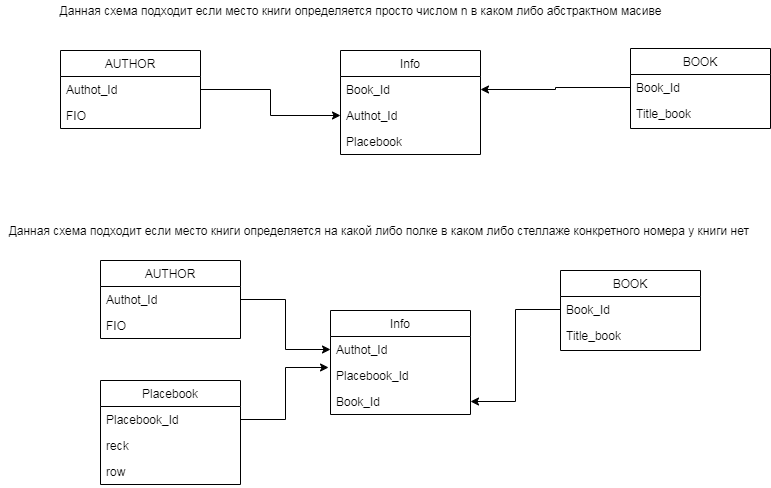
Above: bd.png in GilmanovSB/TestTask (draw.io), before the change. Source tidied: cells renumbered, new cells last; positions are measured from the earlier drawing's top-left corner, leaving out a move shared by most shapes. Its diagram source:
```xml
<mxGraphModel>
  <root>
    <mxCell id="0" />
    <mxCell id="1" parent="0" />
    <mxCell id="2" value="BOOK" style="swimlane;fontStyle=0;horizontal=1;startSize=26;fillColor=none;" parent="1" vertex="1">
      <mxGeometry x="630" y="48" width="140" height="80" as="geometry" />
    </mxCell>
    <mxCell id="3" value="Book_Id" style="text;strokeColor=none;fillColor=none;align=left;verticalAlign=top;spacingLeft=4;spacingRight=4;overflow=hidden;points=[[0,0.5],[1,0.5]];portConstraint=eastwest;" parent="2" vertex="1">
      <mxGeometry y="26" width="140" height="26" as="geometry" />
    </mxCell>
    <mxCell id="4" value="Title_book" style="text;strokeColor=none;fillColor=none;align=left;verticalAlign=top;spacingLeft=4;spacingRight=4;overflow=hidden;" parent="2" vertex="1">
      <mxGeometry y="52" width="140" height="28" as="geometry" />
    </mxCell>
    <mxCell id="5" value="AUTHOR" style="swimlane;fontStyle=0;horizontal=1;startSize=26;fillColor=none;" parent="1" vertex="1">
      <mxGeometry x="60" y="50" width="140" height="78" as="geometry" />
    </mxCell>
    <mxCell id="6" value="Authot_Id" style="text;strokeColor=none;fillColor=none;align=left;verticalAlign=top;spacingLeft=4;spacingRight=4;overflow=hidden;points=[[0,0.5],[1,0.5]];portConstraint=eastwest;" parent="5" vertex="1">
      <mxGeometry y="26" width="140" height="26" as="geometry" />
    </mxCell>
    <mxCell id="7" value="FIO" style="text;strokeColor=none;fillColor=none;align=left;verticalAlign=top;spacingLeft=4;spacingRight=4;overflow=hidden;" parent="5" vertex="1">
      <mxGeometry y="52" width="140" height="26" as="geometry" />
    </mxCell>
    <mxCell id="8" value="Данная схема подходит если место книги определяется просто числом n в каком либо абстрактном масиве" style="text;html=1;align=center;verticalAlign=middle;strokeColor=none;" parent="1" vertex="1">
      <mxGeometry x="50" width="620" height="20" as="geometry" />
    </mxCell>
    <mxCell id="9" value="BOOK" style="swimlane;fontStyle=0;horizontal=1;startSize=26;fillColor=none;" parent="1" vertex="1">
      <mxGeometry x="560" y="270" width="140" height="80" as="geometry" />
    </mxCell>
    <mxCell id="10" value="Book_Id" style="text;strokeColor=none;fillColor=none;align=left;verticalAlign=top;spacingLeft=4;spacingRight=4;overflow=hidden;points=[[0,0.5],[1,0.5]];portConstraint=eastwest;" parent="9" vertex="1">
      <mxGeometry y="26" width="140" height="26" as="geometry" />
    </mxCell>
    <mxCell id="11" value="Title_book" style="text;strokeColor=none;fillColor=none;align=left;verticalAlign=top;spacingLeft=4;spacingRight=4;overflow=hidden;" parent="9" vertex="1">
      <mxGeometry y="52" width="140" height="28" as="geometry" />
    </mxCell>
    <mxCell id="12" value="AUTHOR" style="swimlane;fontStyle=0;horizontal=1;startSize=26;fillColor=none;" parent="1" vertex="1">
      <mxGeometry x="100" y="260" width="140" height="78" as="geometry" />
    </mxCell>
    <mxCell id="13" value="Authot_Id" style="text;strokeColor=none;fillColor=none;align=left;verticalAlign=top;spacingLeft=4;spacingRight=4;overflow=hidden;points=[[0,0.5],[1,0.5]];portConstraint=eastwest;" parent="12" vertex="1">
      <mxGeometry y="26" width="140" height="26" as="geometry" />
    </mxCell>
    <mxCell id="14" value="FIO" style="text;strokeColor=none;fillColor=none;align=left;verticalAlign=top;spacingLeft=4;spacingRight=4;overflow=hidden;" parent="12" vertex="1">
      <mxGeometry y="52" width="140" height="26" as="geometry" />
    </mxCell>
    <mxCell id="15" value="Placebook" style="swimlane;fontStyle=0;horizontal=1;startSize=26;fillColor=none;" parent="1" vertex="1">
      <mxGeometry x="100" y="380" width="140" height="104" as="geometry" />
    </mxCell>
    <mxCell id="16" value="Placebook_Id" style="text;strokeColor=none;fillColor=none;align=left;verticalAlign=top;spacingLeft=4;spacingRight=4;overflow=hidden;points=[[0,0.5],[1,0.5]];portConstraint=eastwest;" parent="15" vertex="1">
      <mxGeometry y="26" width="140" height="26" as="geometry" />
    </mxCell>
    <mxCell id="17" value="reck" style="text;strokeColor=none;fillColor=none;align=left;verticalAlign=top;spacingLeft=4;spacingRight=4;overflow=hidden;" parent="15" vertex="1">
      <mxGeometry y="52" width="140" height="26" as="geometry" />
    </mxCell>
    <mxCell id="18" value="row" style="text;strokeColor=none;fillColor=none;align=left;verticalAlign=top;spacingLeft=4;spacingRight=4;overflow=hidden;" parent="15" vertex="1">
      <mxGeometry y="78" width="140" height="26" as="geometry" />
    </mxCell>
    <mxCell id="19" value="Данная схема подходит если место книги определяется на какой либо полке в каком либо стеллаже конкретного номера у книги нет&amp;nbsp;" style="text;html=1;align=center;verticalAlign=middle;strokeColor=none;" parent="1" vertex="1">
      <mxGeometry y="220" width="760" height="20" as="geometry" />
    </mxCell>
    <mxCell id="20" value="Info" style="swimlane;fontStyle=0;horizontal=1;startSize=26;fillColor=none;" parent="1" vertex="1">
      <mxGeometry x="340" y="50" width="140" height="104" as="geometry" />
    </mxCell>
    <mxCell id="21" value="Book_Id" style="text;strokeColor=none;fillColor=none;align=left;verticalAlign=top;spacingLeft=4;spacingRight=4;overflow=hidden;points=[[0,0.5],[1,0.5]];portConstraint=eastwest;" parent="20" vertex="1">
      <mxGeometry y="26" width="140" height="26" as="geometry" />
    </mxCell>
    <mxCell id="22" value="Authot_Id" style="text;strokeColor=none;fillColor=none;align=left;verticalAlign=top;spacingLeft=4;spacingRight=4;overflow=hidden;points=[[0,0.5],[1,0.5]];portConstraint=eastwest;" parent="20" vertex="1">
      <mxGeometry y="52" width="140" height="26" as="geometry" />
    </mxCell>
    <mxCell id="23" value="Placebook" style="text;strokeColor=none;fillColor=none;align=left;verticalAlign=top;spacingLeft=4;spacingRight=4;overflow=hidden;" parent="20" vertex="1">
      <mxGeometry y="78" width="140" height="26" as="geometry" />
    </mxCell>
    <mxCell id="24" value="Info" style="swimlane;fontStyle=0;horizontal=1;startSize=26;fillColor=none;" parent="1" vertex="1">
      <mxGeometry x="330" y="310" width="140" height="104" as="geometry" />
    </mxCell>
    <mxCell id="25" value="Authot_Id" style="text;strokeColor=none;fillColor=none;align=left;verticalAlign=top;spacingLeft=4;spacingRight=4;overflow=hidden;points=[[0,0.5],[1,0.5]];portConstraint=eastwest;" parent="24" vertex="1">
      <mxGeometry y="26" width="140" height="26" as="geometry" />
    </mxCell>
    <mxCell id="26" value="Placebook_Id" style="text;strokeColor=none;fillColor=none;align=left;verticalAlign=top;spacingLeft=4;spacingRight=4;overflow=hidden;points=[[0,0.5],[1,0.5]];portConstraint=eastwest;" parent="24" vertex="1">
      <mxGeometry y="52" width="140" height="26" as="geometry" />
    </mxCell>
    <mxCell id="27" value="Book_Id" style="text;strokeColor=none;fillColor=none;align=left;verticalAlign=top;spacingLeft=4;spacingRight=4;overflow=hidden;points=[[0,0.5],[1,0.5]];portConstraint=eastwest;" parent="24" vertex="1">
      <mxGeometry y="78" width="140" height="26" as="geometry" />
    </mxCell>
    <mxCell id="28" style="edgeStyle=orthogonalEdgeStyle;rounded=0;jettySize=auto;html=1;entryX=0;entryY=0.5;entryDx=0;entryDy=0;" parent="1" edge="1" source="6" target="22">
      <mxGeometry relative="1" as="geometry" />
    </mxCell>
    <mxCell id="29" style="edgeStyle=orthogonalEdgeStyle;rounded=0;jettySize=auto;html=1;entryX=1;entryY=0.5;entryDx=0;entryDy=0;" parent="1" edge="1" source="3" target="21">
      <mxGeometry relative="1" as="geometry" />
    </mxCell>
    <mxCell id="30" style="edgeStyle=orthogonalEdgeStyle;rounded=0;jettySize=auto;html=1;" parent="1" edge="1" source="13" target="25">
      <mxGeometry relative="1" as="geometry" />
    </mxCell>
    <mxCell id="31" style="edgeStyle=orthogonalEdgeStyle;rounded=0;jettySize=auto;html=1;entryX=1;entryY=0.5;entryDx=0;entryDy=0;" parent="1" edge="1" source="10" target="27">
      <mxGeometry relative="1" as="geometry" />
    </mxCell>
    <mxCell id="32" style="edgeStyle=orthogonalEdgeStyle;rounded=0;jettySize=auto;html=1;entryX=-0.014;entryY=0.192;entryDx=0;entryDy=0;entryPerimeter=0;" parent="1" edge="1" source="16" target="26">
      <mxGeometry relative="1" as="geometry" />
    </mxCell>
  </root>
</mxGraphModel>
```
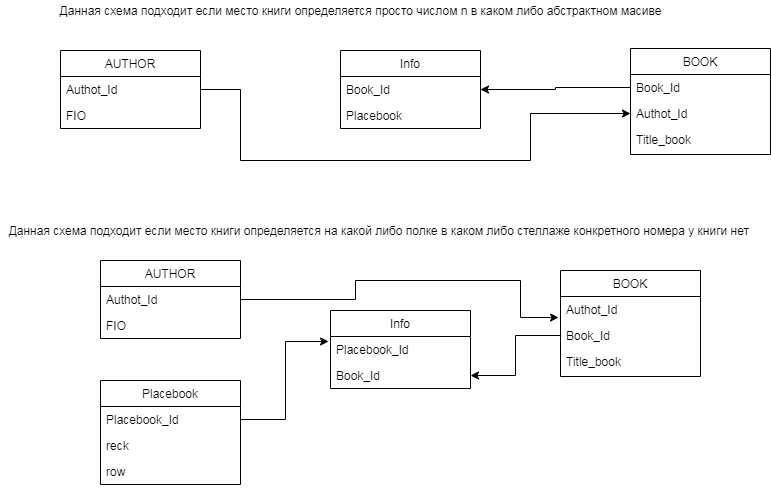
After the change.

Change to the diagram source:
```diff
@@ -3,13 +3,16 @@
     <mxCell id="0" />
     <mxCell id="1" parent="0" />
     <mxCell id="2" value="BOOK" style="swimlane;fontStyle=0;horizontal=1;startSize=26;fillColor=none;" parent="1" vertex="1">
-      <mxGeometry x="630" y="48" width="140" height="80" as="geometry" />
+      <mxGeometry x="630" y="48" width="140" height="106" as="geometry" />
     </mxCell>
     <mxCell id="3" value="Book_Id" style="text;strokeColor=none;fillColor=none;align=left;verticalAlign=top;spacingLeft=4;spacingRight=4;overflow=hidden;points=[[0,0.5],[1,0.5]];portConstraint=eastwest;" parent="2" vertex="1">
       <mxGeometry y="26" width="140" height="26" as="geometry" />
     </mxCell>
+    <mxCell id="22" value="Authot_Id" style="text;strokeColor=none;fillColor=none;align=left;verticalAlign=top;spacingLeft=4;spacingRight=4;overflow=hidden;points=[[0,0.5],[1,0.5]];portConstraint=eastwest;" parent="2" vertex="1">
+      <mxGeometry y="52" width="140" height="26" as="geometry" />
+    </mxCell>
     <mxCell id="4" value="Title_book" style="text;strokeColor=none;fillColor=none;align=left;verticalAlign=top;spacingLeft=4;spacingRight=4;overflow=hidden;" parent="2" vertex="1">
-      <mxGeometry y="52" width="140" height="28" as="geometry" />
+      <mxGeometry y="78" width="140" height="28" as="geometry" />
     </mxCell>
     <mxCell id="5" value="AUTHOR" style="swimlane;fontStyle=0;horizontal=1;startSize=26;fillColor=none;" parent="1" vertex="1">
       <mxGeometry x="60" y="50" width="140" height="78" as="geometry" />
@@ -24,13 +27,16 @@
       <mxGeometry x="50" width="620" height="20" as="geometry" />
     </mxCell>
     <mxCell id="9" value="BOOK" style="swimlane;fontStyle=0;horizontal=1;startSize=26;fillColor=none;" parent="1" vertex="1">
-      <mxGeometry x="560" y="270" width="140" height="80" as="geometry" />
+      <mxGeometry x="560" y="270" width="140" height="106" as="geometry" />
     </mxCell>
+    <mxCell id="25" value="Authot_Id" style="text;strokeColor=none;fillColor=none;align=left;verticalAlign=top;spacingLeft=4;spacingRight=4;overflow=hidden;points=[[0,0.5],[1,0.5]];portConstraint=eastwest;" parent="9" vertex="1">
+      <mxGeometry y="26" width="140" height="26" as="geometry" />
+    </mxCell>
     <mxCell id="10" value="Book_Id" style="text;strokeColor=none;fillColor=none;align=left;verticalAlign=top;spacingLeft=4;spacingRight=4;overflow=hidden;points=[[0,0.5],[1,0.5]];portConstraint=eastwest;" parent="9" vertex="1">
-      <mxGeometry y="26" width="140" height="26" as="geometry" />
+      <mxGeometry y="52" width="140" height="26" as="geometry" />
     </mxCell>
     <mxCell id="11" value="Title_book" style="text;strokeColor=none;fillColor=none;align=left;verticalAlign=top;spacingLeft=4;spacingRight=4;overflow=hidden;" parent="9" vertex="1">
-      <mxGeometry y="52" width="140" height="28" as="geometry" />
+      <mxGeometry y="78" width="140" height="28" as="geometry" />
     </mxCell>
     <mxCell id="12" value="AUTHOR" style="swimlane;fontStyle=0;horizontal=1;startSize=26;fillColor=none;" parent="1" vertex="1">
       <mxGeometry x="100" y="260" width="140" height="78" as="geometry" />
@@ -57,40 +63,53 @@
       <mxGeometry y="220" width="760" height="20" as="geometry" />
     </mxCell>
     <mxCell id="20" value="Info" style="swimlane;fontStyle=0;horizontal=1;startSize=26;fillColor=none;" parent="1" vertex="1">
-      <mxGeometry x="340" y="50" width="140" height="104" as="geometry" />
+      <mxGeometry x="340" y="50" width="140" height="78" as="geometry" />
     </mxCell>
     <mxCell id="21" value="Book_Id" style="text;strokeColor=none;fillColor=none;align=left;verticalAlign=top;spacingLeft=4;spacingRight=4;overflow=hidden;points=[[0,0.5],[1,0.5]];portConstraint=eastwest;" parent="20" vertex="1">
       <mxGeometry y="26" width="140" height="26" as="geometry" />
     </mxCell>
-    <mxCell id="22" value="Authot_Id" style="text;strokeColor=none;fillColor=none;align=left;verticalAlign=top;spacingLeft=4;spacingRight=4;overflow=hidden;points=[[0,0.5],[1,0.5]];portConstraint=eastwest;" parent="20" vertex="1">
-      <mxGeometry y="52" width="140" height="26" as="geometry" />
-    </mxCell>
     <mxCell id="23" value="Placebook" style="text;strokeColor=none;fillColor=none;align=left;verticalAlign=top;spacingLeft=4;spacingRight=4;overflow=hidden;" parent="20" vertex="1">
-      <mxGeometry y="78" width="140" height="26" as="geometry" />
+      <mxGeometry y="52" width="140" height="26" as="geometry" />
     </mxCell>
     <mxCell id="24" value="Info" style="swimlane;fontStyle=0;horizontal=1;startSize=26;fillColor=none;" parent="1" vertex="1">
-      <mxGeometry x="330" y="310" width="140" height="104" as="geometry" />
+      <mxGeometry x="330" y="310" width="140" height="78" as="geometry" />
     </mxCell>
-    <mxCell id="25" value="Authot_Id" style="text;strokeColor=none;fillColor=none;align=left;verticalAlign=top;spacingLeft=4;spacingRight=4;overflow=hidden;points=[[0,0.5],[1,0.5]];portConstraint=eastwest;" parent="24" vertex="1">
-      <mxGeometry y="26" width="140" height="26" as="geometry" />
-    </mxCell>
     <mxCell id="26" value="Placebook_Id" style="text;strokeColor=none;fillColor=none;align=left;verticalAlign=top;spacingLeft=4;spacingRight=4;overflow=hidden;points=[[0,0.5],[1,0.5]];portConstraint=eastwest;" parent="24" vertex="1">
-      <mxGeometry y="52" width="140" height="26" as="geometry" />
+      <mxGeometry y="26" width="140" height="26" as="geometry" />
     </mxCell>
     <mxCell id="27" value="Book_Id" style="text;strokeColor=none;fillColor=none;align=left;verticalAlign=top;spacingLeft=4;spacingRight=4;overflow=hidden;points=[[0,0.5],[1,0.5]];portConstraint=eastwest;" parent="24" vertex="1">
-      <mxGeometry y="78" width="140" height="26" as="geometry" />
+      <mxGeometry y="52" width="140" height="26" as="geometry" />
     </mxCell>
     <mxCell id="28" style="edgeStyle=orthogonalEdgeStyle;rounded=0;jettySize=auto;html=1;entryX=0;entryY=0.5;entryDx=0;entryDy=0;" parent="1" edge="1" source="6" target="22">
-      <mxGeometry relative="1" as="geometry" />
+      <mxGeometry relative="1" as="geometry">
+        <Array as="points">
+          <mxPoint x="240" y="89" />
+          <mxPoint x="240" y="160" />
+          <mxPoint x="530" y="160" />
+          <mxPoint x="530" y="113" />
+        </Array>
+      </mxGeometry>
     </mxCell>
     <mxCell id="29" style="edgeStyle=orthogonalEdgeStyle;rounded=0;jettySize=auto;html=1;entryX=1;entryY=0.5;entryDx=0;entryDy=0;" parent="1" edge="1" source="3" target="21">
       <mxGeometry relative="1" as="geometry" />
     </mxCell>
-    <mxCell id="30" style="edgeStyle=orthogonalEdgeStyle;rounded=0;jettySize=auto;html=1;" parent="1" edge="1" source="13" target="25">
-      <mxGeometry relative="1" as="geometry" />
+    <mxCell id="30" style="edgeStyle=orthogonalEdgeStyle;rounded=0;jettySize=auto;html=1;entryX=-0.014;entryY=0.808;entryDx=0;entryDy=0;entryPerimeter=0;" parent="1" edge="1" source="13" target="25">
+      <mxGeometry relative="1" as="geometry">
+        <Array as="points">
+          <mxPoint x="355" y="299" />
+          <mxPoint x="355" y="280" />
+          <mxPoint x="520" y="280" />
+          <mxPoint x="520" y="317" />
+        </Array>
+      </mxGeometry>
     </mxCell>
     <mxCell id="31" style="edgeStyle=orthogonalEdgeStyle;rounded=0;jettySize=auto;html=1;entryX=1;entryY=0.5;entryDx=0;entryDy=0;" parent="1" edge="1" source="10" target="27">
-      <mxGeometry relative="1" as="geometry" />
+      <mxGeometry relative="1" as="geometry">
+        <Array as="points">
+          <mxPoint x="515" y="335" />
+          <mxPoint x="515" y="375" />
+        </Array>
+      </mxGeometry>
     </mxCell>
     <mxCell id="32" style="edgeStyle=orthogonalEdgeStyle;rounded=0;jettySize=auto;html=1;entryX=-0.014;entryY=0.192;entryDx=0;entryDy=0;entryPerimeter=0;" parent="1" edge="1" source="16" target="26">
       <mxGeometry relative="1" as="geometry" />
```
